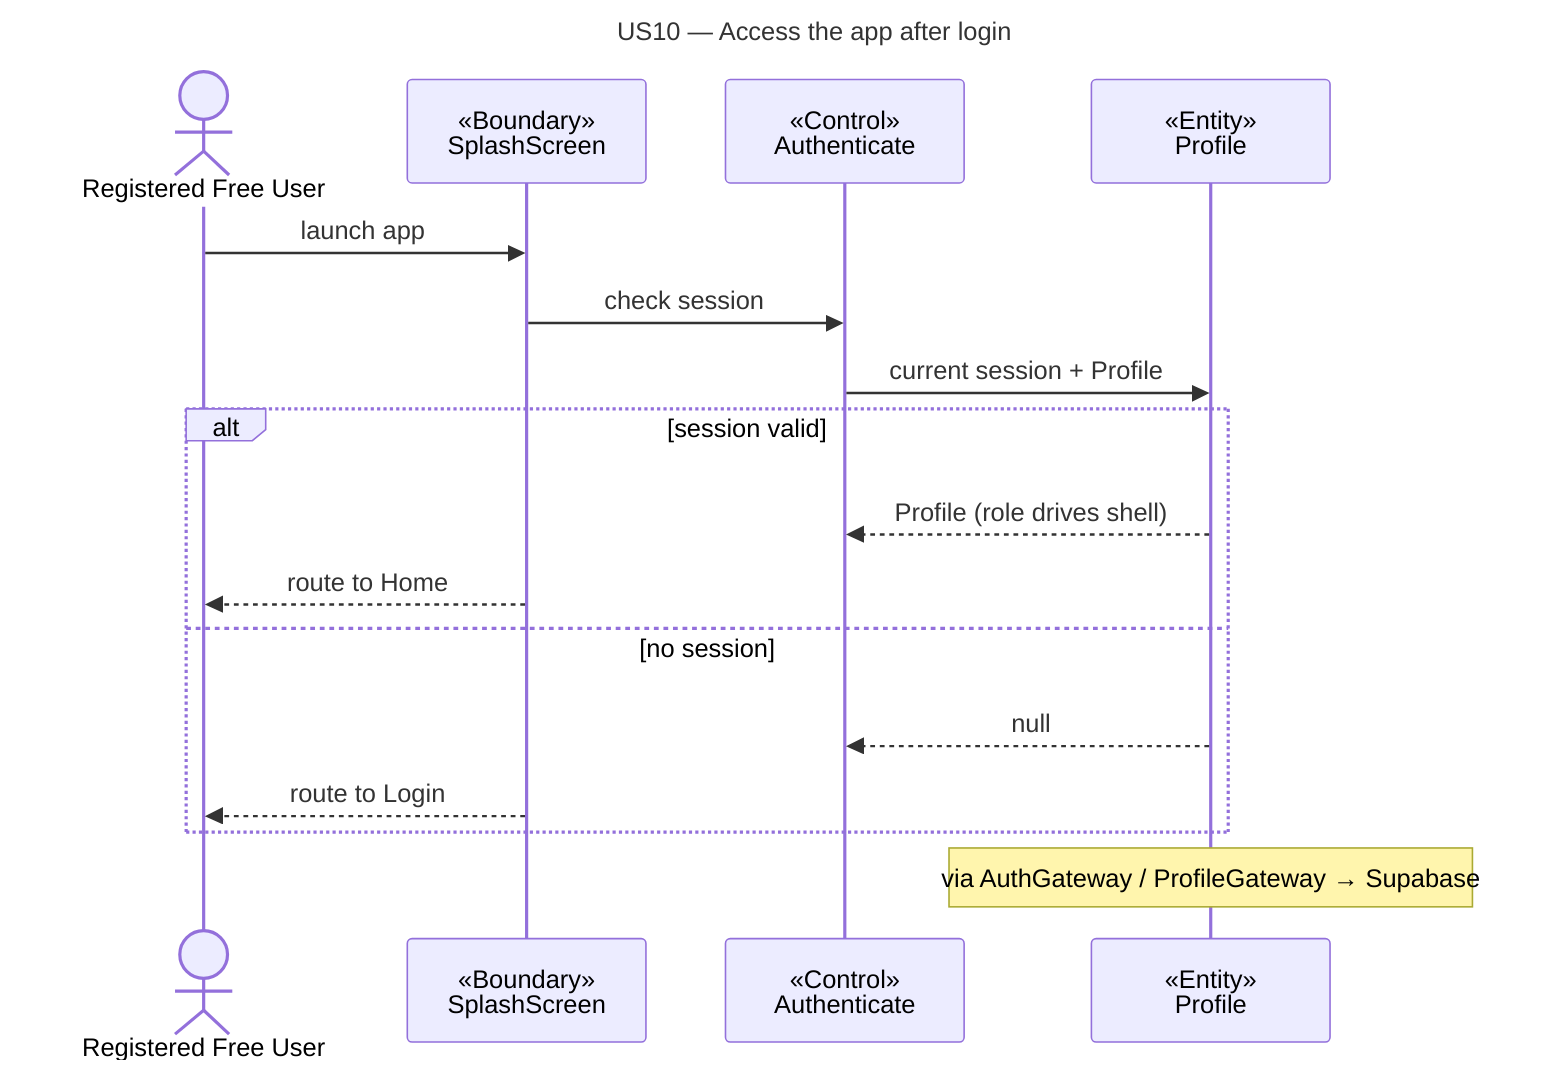
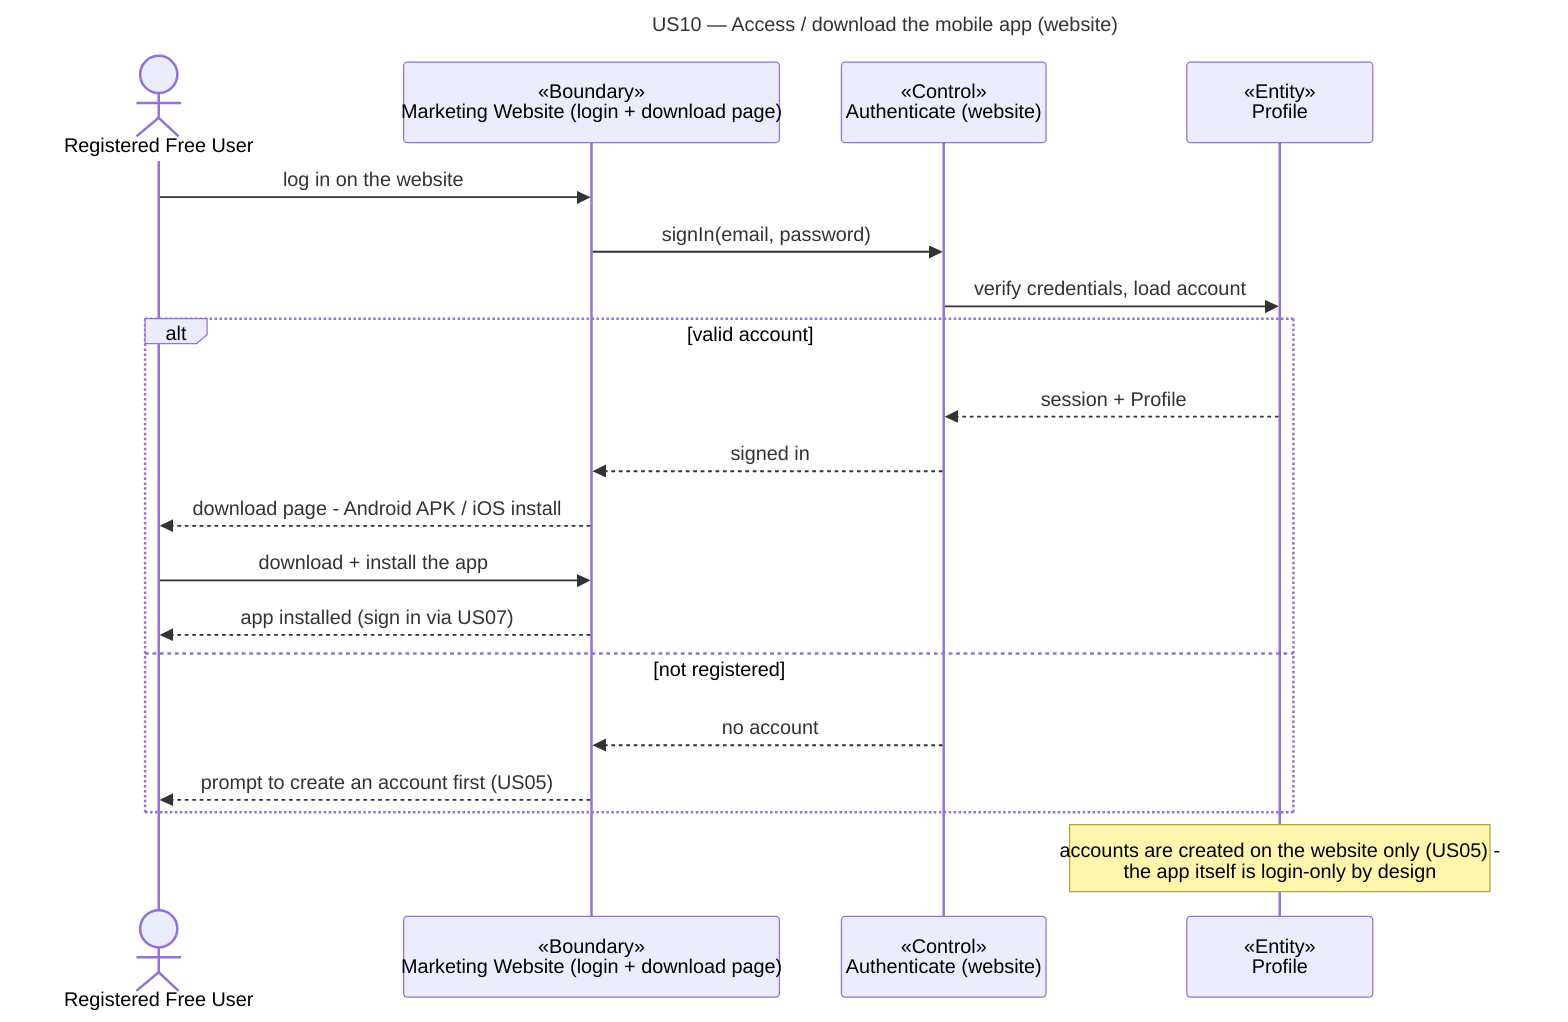
---
- title: "US10 — Access the app after login"
+ title: "US10 — Access / download the mobile app (website)"
---
sequenceDiagram
  actor A as Registered Free User
-   participant B as «Boundary»<br/>SplashScreen
-   participant C as «Control»<br/>Authenticate
+   participant B as «Boundary»<br/>Marketing Website (login + download page)
+   participant C as «Control»<br/>Authenticate (website)
  participant E as «Entity»<br/>Profile
-   A->>B: launch app
-   B->>C: check session
-   C->>E: current session + Profile
-   alt session valid
-     E-->>C: Profile (role drives shell)
-     B-->>A: route to Home
-   else no session
-     E-->>C: null
-     B-->>A: route to Login
+   A->>B: log in on the website
+   B->>C: signIn(email, password)
+   C->>E: verify credentials, load account
+   alt valid account
+     E-->>C: session + Profile
+     C-->>B: signed in
+     B-->>A: download page - Android APK / iOS install
+     A->>B: download + install the app
+     B-->>A: app installed (sign in via US07)
+   else not registered
+     C-->>B: no account
+     B-->>A: prompt to create an account first (US05)
  end
-   note over E: via AuthGateway / ProfileGateway → Supabase
+   note over E: accounts are created on the website only (US05) -<br/>the app itself is login-only by design
